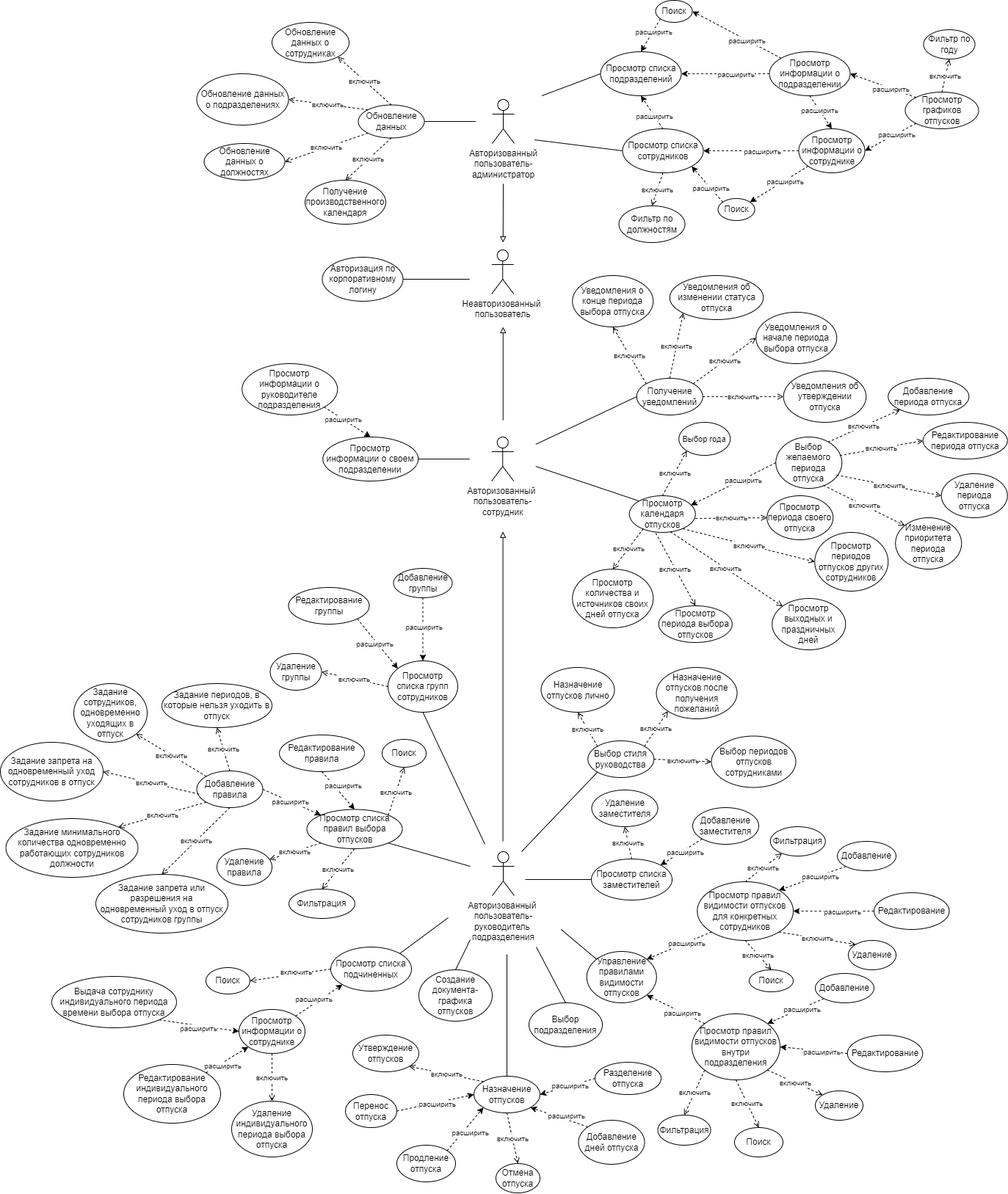
Earlier version of the draw.io export VacationSystem/Documentation/Варианты использования.png (ShkulovNikita/VacationSystem). Source tidied: cells renumbered, new cells last; positions are measured from the earlier drawing's top-left corner, leaving out a move shared by most shapes.
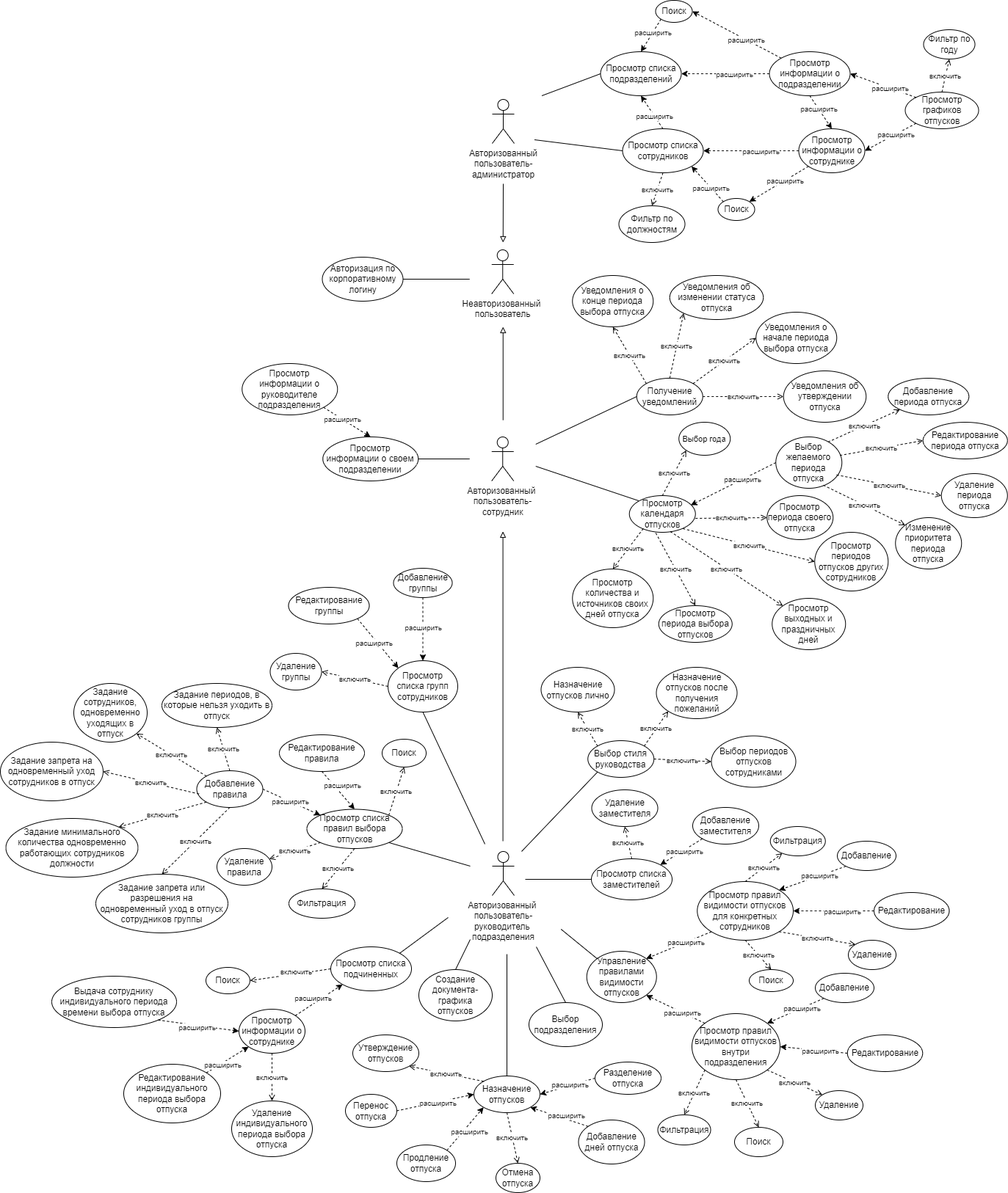
Above is the later version.

The edit, as a diff of the source:
```diff
@@ -29,21 +29,6 @@
     <mxCell id="10" value="Фильтр по году" style="ellipse;whiteSpace=wrap;html=1;" parent="1" vertex="1">
       <mxGeometry x="1257.5" y="40" width="70" height="40" as="geometry" />
     </mxCell>
-    <mxCell id="11" value="Обновление данных" style="ellipse;whiteSpace=wrap;html=1;" parent="1" vertex="1">
-      <mxGeometry x="487.5" y="142.5" width="90" height="45" as="geometry" />
-    </mxCell>
-    <mxCell id="12" value="Обновление данных о сотрудниках" style="ellipse;whiteSpace=wrap;html=1;" parent="1" vertex="1">
-      <mxGeometry x="370" y="30" width="105" height="55" as="geometry" />
-    </mxCell>
-    <mxCell id="13" value="Обновление данных о подразделениях" style="ellipse;whiteSpace=wrap;html=1;" parent="1" vertex="1">
-      <mxGeometry x="267.5" y="100" width="125" height="70" as="geometry" />
-    </mxCell>
-    <mxCell id="14" value="Обновление данных о должностях" style="ellipse;whiteSpace=wrap;html=1;" parent="1" vertex="1">
-      <mxGeometry x="277.5" y="195" width="110" height="50" as="geometry" />
-    </mxCell>
-    <mxCell id="15" value="Получение производственного календаря" style="ellipse;whiteSpace=wrap;html=1;" parent="1" vertex="1">
-      <mxGeometry x="415" y="245" width="110" height="60" as="geometry" />
-    </mxCell>
     <mxCell id="16" value="Просмотр информации о сотруднике" style="ellipse;whiteSpace=wrap;html=1;" parent="1" vertex="1">
       <mxGeometry x="1087.5" y="175" width="90" height="60" as="geometry" />
     </mxCell>
@@ -300,23 +285,6 @@
     <mxCell id="99" value="расширить" style="edgeLabel;html=1;align=center;verticalAlign=middle;fontSize=10;" parent="98" vertex="1">
       <mxGeometry x="-0.21" relative="1" as="geometry" />
     </mxCell>
-    <mxCell id="100" style="endArrow=none;html=1;rounded=0;exitX=1;exitY=0.5;exitDx=0;exitDy=0;" parent="1" edge="1" source="11">
-      <mxGeometry relative="1" as="geometry">
-        <mxPoint x="647.5" y="165" as="targetPoint" />
-      </mxGeometry>
-    </mxCell>
-    <mxCell id="101" value="включить" style="endArrow=open;html=1;rounded=0;dashed=1;fontSize=10;endFill=0;exitX=0.5;exitY=0;exitDx=0;exitDy=0;entryX=1;entryY=1;entryDx=0;entryDy=0;" parent="1" edge="1" source="11" target="12">
-      <mxGeometry relative="1" as="geometry" />
-    </mxCell>
-    <mxCell id="102" value="включить" style="endArrow=open;html=1;rounded=0;dashed=1;fontSize=10;endFill=0;exitX=0;exitY=0;exitDx=0;exitDy=0;entryX=1;entryY=0.5;entryDx=0;entryDy=0;" parent="1" edge="1" source="11" target="13">
-      <mxGeometry relative="1" as="geometry" />
-    </mxCell>
-    <mxCell id="103" value="включить" style="endArrow=open;html=1;rounded=0;dashed=1;fontSize=10;endFill=0;exitX=0;exitY=1;exitDx=0;exitDy=0;entryX=1;entryY=0.5;entryDx=0;entryDy=0;" parent="1" edge="1" source="11" target="14">
-      <mxGeometry relative="1" as="geometry" />
-    </mxCell>
-    <mxCell id="104" value="включить" style="endArrow=open;html=1;rounded=0;dashed=1;fontSize=10;endFill=0;exitX=0.5;exitY=1;exitDx=0;exitDy=0;entryX=0.5;entryY=0;entryDx=0;entryDy=0;" parent="1" edge="1" source="11" target="15">
-      <mxGeometry relative="1" as="geometry" />
-    </mxCell>
     <mxCell id="105" style="endArrow=none;html=1;rounded=0;exitX=1;exitY=0.5;exitDx=0;exitDy=0;" parent="1" edge="1" source="3">
       <mxGeometry relative="1" as="geometry">
         <mxPoint x="639.2" y="380" as="targetPoint" />
```
